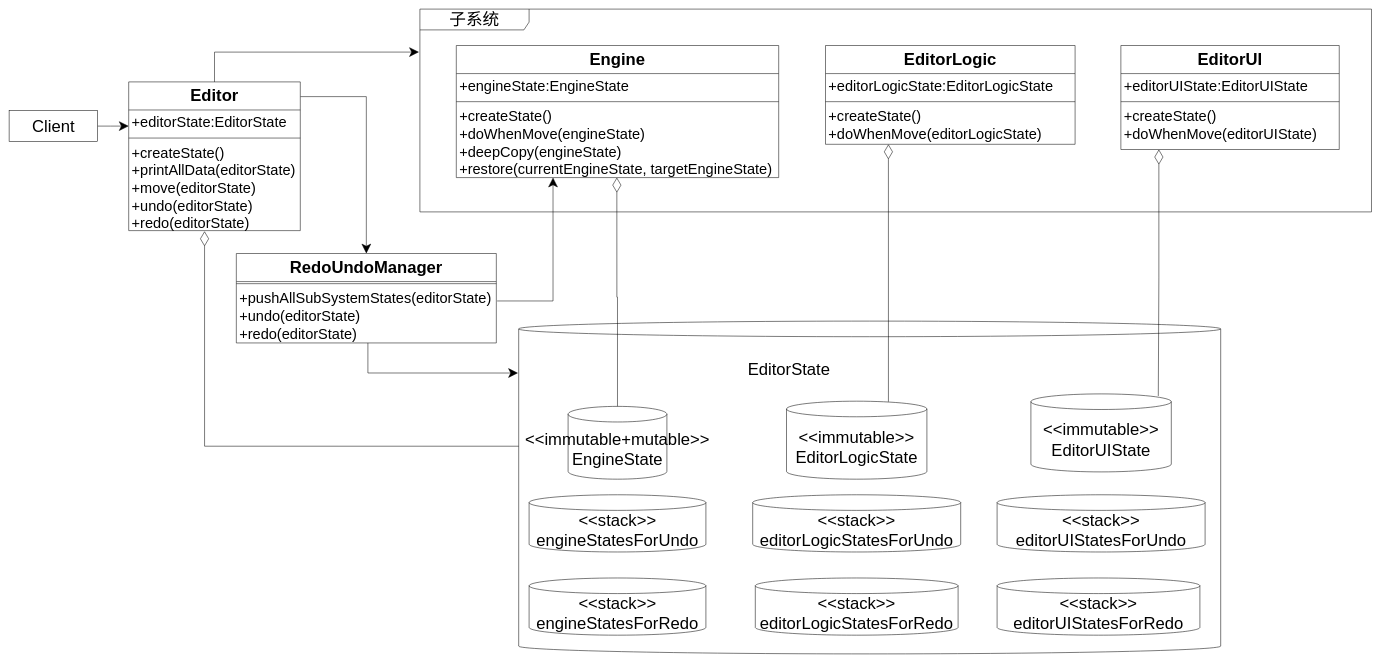
This is packages/撤销重做模式/story_improve/UML.drawio from yyc-git/3DProgramPattern, a draw.io file, before an edit. Source tidied: cells renumbered, new cells numbered last; positions are measured from the earlier drawing's top-left corner, leaving out a move shared by most shapes. Both pictures are drawn from the tidied source at 52%, with x=0, y=0 at pixel (9, 9).
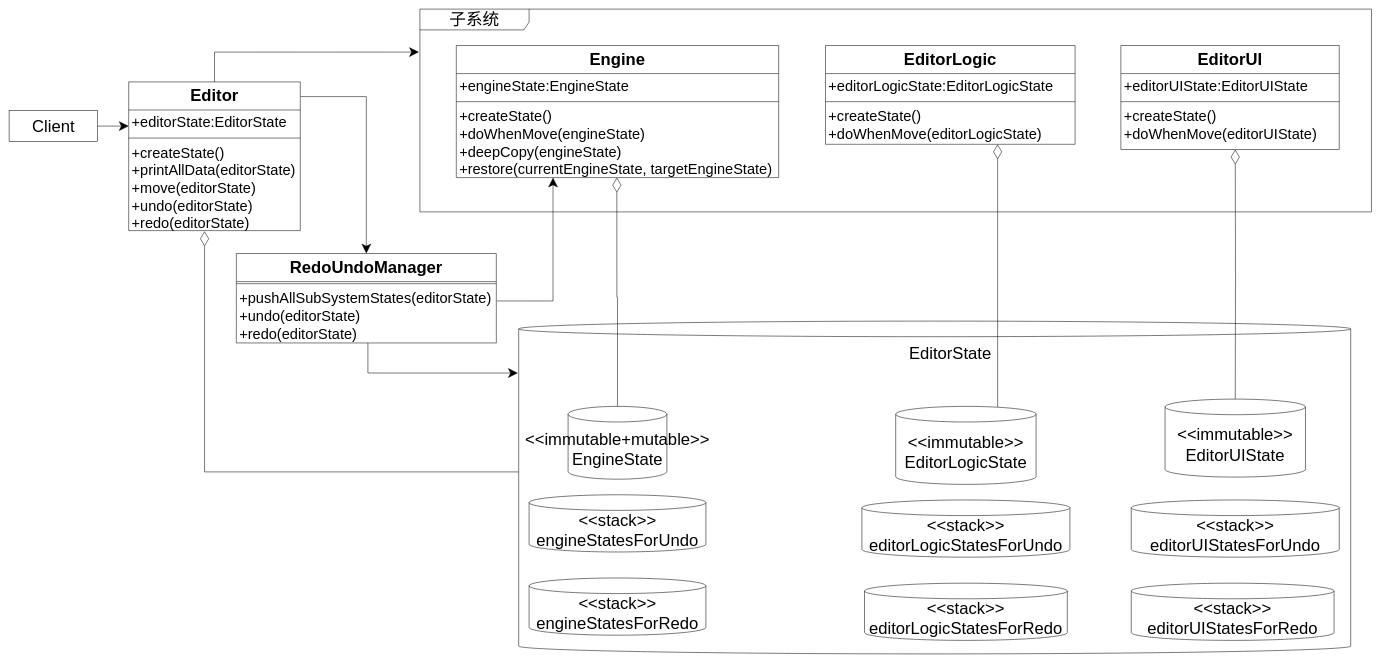
The same diagram, later.

The change refers to these unchanged cells:
```xml
<mxCell id="34" value="+createState()&#10;+doWhenMove(editorLogicState)&#10;" style="text;strokeColor=none;fillColor=none;align=left;verticalAlign=top;spacingLeft=4;spacingRight=4;overflow=hidden;points=[[0,0.5],[1,0.5]];portConstraint=eastwest;fontSize=28;" parent="31" vertex="1">
  <mxGeometry y="112" width="480" height="78" as="geometry" />
</mxCell>
<mxCell id="38" value="+createState()&#10;+doWhenMove(editorUIState)&#10;" style="text;strokeColor=none;fillColor=none;align=left;verticalAlign=top;spacingLeft=4;spacingRight=4;overflow=hidden;points=[[0,0.5],[1,0.5]];portConstraint=eastwest;fontSize=28;" parent="35" vertex="1">
  <mxGeometry y="112" width="420" height="88" as="geometry" />
</mxCell>
<mxCell id="42" value="+createState()&#10;+printAllData(editorState)&#10;+move(editorState)&#10;+undo(editorState)&#10;+redo(editorState)" style="text;strokeColor=none;fillColor=none;align=left;verticalAlign=top;spacingLeft=4;spacingRight=4;overflow=hidden;points=[[0,0.5],[1,0.5]];portConstraint=eastwest;fontSize=28;" parent="39" vertex="1">
  <mxGeometry y="112" width="330" height="174" as="geometry" />
</mxCell>
```

Diff of the diagram source:
```diff
@@
     <mxCell id="3" style="shape=cylinder3;whiteSpace=wrap;html=1;boundedLbl=1;backgroundOutline=1;size=15;" parent="1" vertex="1">
-      <mxGeometry x="980" y="600" width="1350" height="640" as="geometry" />
+      <mxGeometry x="980" y="600" width="1600" height="640" as="geometry" />
     </mxCell>
@@
-    <mxCell id="12" style="edgeStyle=orthogonalEdgeStyle;rounded=0;jettySize=auto;html=1;entryX=0;entryY=0.376;entryDx=0;entryDy=0;entryPerimeter=0;startSize=26;endSize=26;startArrow=diamondThin;startFill=0;endArrow=none;endFill=0;exitX=0.442;exitY=1.007;exitDx=0;exitDy=0;exitPerimeter=0;" parent="1" edge="1" source="42" target="3">
+    <mxCell id="12" style="edgeStyle=orthogonalEdgeStyle;rounded=0;jettySize=auto;html=1;startSize=26;endSize=26;startArrow=diamondThin;startFill=0;endArrow=none;endFill=0;exitX=0.442;exitY=1.007;exitDx=0;exitDy=0;exitPerimeter=0;" parent="1" edge="1" source="42">
       <mxGeometry relative="1" as="geometry">
+        <mxPoint x="980" y="890" as="targetPoint" />
         <Array as="points">
-          <mxPoint x="376" y="841" />
+          <mxPoint x="376" y="890" />
+          <mxPoint x="980" y="890" />
         </Array>
       </mxGeometry>
     </mxCell>
     <mxCell id="13" value="&lt;font style=&quot;font-size: 32px&quot;&gt;&amp;lt;&amp;lt;immutable&amp;gt;&amp;gt;&lt;br&gt;EditorLogicState&lt;/font&gt;" style="shape=cylinder3;whiteSpace=wrap;html=1;boundedLbl=1;backgroundOutline=1;size=15;" parent="1" vertex="1">
-      <mxGeometry x="1495" y="754" width="270" height="150" as="geometry" />
+      <mxGeometry x="1705" y="764" width="270" height="150" as="geometry" />
     </mxCell>
     <mxCell id="14" value="&lt;font style=&quot;font-size: 32px&quot;&gt;&amp;lt;&amp;lt;immutable&amp;gt;&amp;gt;&lt;br&gt;EditorUIState&lt;/font&gt;" style="shape=cylinder3;whiteSpace=wrap;html=1;boundedLbl=1;backgroundOutline=1;size=15;" parent="1" vertex="1">
-      <mxGeometry x="1965" y="740" width="270" height="150" as="geometry" />
+      <mxGeometry x="2223" y="750" width="270" height="150" as="geometry" />
     </mxCell>
@@
     <mxCell id="16" style="edgeStyle=orthogonalEdgeStyle;rounded=0;jettySize=auto;html=1;startSize=26;endSize=26;entryX=0.726;entryY=0.007;entryDx=0;entryDy=0;entryPerimeter=0;startArrow=diamondThin;startFill=0;endArrow=none;endFill=0;" parent="1" edge="1" source="34" target="13">
       <mxGeometry relative="1" as="geometry">
         <Array as="points">
-          <mxPoint x="1691" y="290" />
-          <mxPoint x="1691" y="290" />
+          <mxPoint x="1901" y="540" />
+          <mxPoint x="1901" y="540" />
         </Array>
       </mxGeometry>
     </mxCell>
-    <mxCell id="17" style="edgeStyle=orthogonalEdgeStyle;rounded=0;jettySize=auto;html=1;startSize=26;endSize=26;startArrow=diamondThin;startFill=0;endArrow=none;endFill=0;exitX=0.174;exitY=1;exitDx=0;exitDy=0;exitPerimeter=0;" parent="1" edge="1" source="38">
+    <mxCell id="17" style="edgeStyle=orthogonalEdgeStyle;rounded=0;jettySize=auto;html=1;startSize=26;endSize=26;startArrow=diamondThin;startFill=0;endArrow=none;endFill=0;entryX=0.5;entryY=0;entryDx=0;entryDy=0;entryPerimeter=0;" parent="1" edge="1" target="14">
       <mxGeometry relative="1" as="geometry">
-        <mxPoint x="2210" y="744" as="targetPoint" />
+        <mxPoint x="2358" y="270" as="sourcePoint" />
       </mxGeometry>
     </mxCell>
     <mxCell id="18" value="&lt;font style=&quot;font-size: 32px&quot;&gt;EditorState&lt;/font&gt;" style="text;html=1;strokeColor=none;fillColor=none;align=center;verticalAlign=middle;whiteSpace=wrap;rounded=0;" parent="1" vertex="1">
-      <mxGeometry x="1480" y="674" width="40" height="40" as="geometry" />
+      <mxGeometry x="1790" y="642" width="40" height="40" as="geometry" />
     </mxCell>
@@
     <mxCell id="21" value="&lt;span style=&quot;font-size: 32px ; text-align: left&quot;&gt;&amp;lt;&amp;lt;stack&amp;gt;&amp;gt;&lt;br&gt;editorLogicStatesForUndo&lt;/span&gt;" style="shape=cylinder3;whiteSpace=wrap;html=1;boundedLbl=1;backgroundOutline=1;size=15;" parent="1" vertex="1">
-      <mxGeometry x="1430" y="934" width="400" height="110" as="geometry" />
+      <mxGeometry x="1640" y="944" width="400" height="110" as="geometry" />
     </mxCell>
     <mxCell id="22" value="&lt;span style=&quot;font-size: 32px ; text-align: left&quot;&gt;&amp;lt;&amp;lt;stack&amp;gt;&amp;gt;&lt;br&gt;editorLogicStatesForRedo&lt;/span&gt;" style="shape=cylinder3;whiteSpace=wrap;html=1;boundedLbl=1;backgroundOutline=1;size=15;" parent="1" vertex="1">
-      <mxGeometry x="1435" y="1094" width="390" height="110" as="geometry" />
+      <mxGeometry x="1645" y="1104" width="390" height="110" as="geometry" />
     </mxCell>
     <mxCell id="23" value="&lt;span style=&quot;font-size: 32px ; text-align: left&quot;&gt;&amp;lt;&amp;lt;stack&amp;gt;&amp;gt;&lt;br&gt;editorUIStatesForUndo&lt;/span&gt;" style="shape=cylinder3;whiteSpace=wrap;html=1;boundedLbl=1;backgroundOutline=1;size=15;" parent="1" vertex="1">
-      <mxGeometry x="1900" y="934" width="400" height="110" as="geometry" />
+      <mxGeometry x="2158" y="944" width="400" height="110" as="geometry" />
     </mxCell>
     <mxCell id="24" value="&lt;span style=&quot;font-size: 32px ; text-align: left&quot;&gt;&amp;lt;&amp;lt;stack&amp;gt;&amp;gt;&lt;br&gt;editorUIStatesForRedo&lt;/span&gt;" style="shape=cylinder3;whiteSpace=wrap;html=1;boundedLbl=1;backgroundOutline=1;size=15;" parent="1" vertex="1">
-      <mxGeometry x="1900" y="1094" width="390" height="110" as="geometry" />
+      <mxGeometry x="2158" y="1104" width="390" height="110" as="geometry" />
     </mxCell>
```
